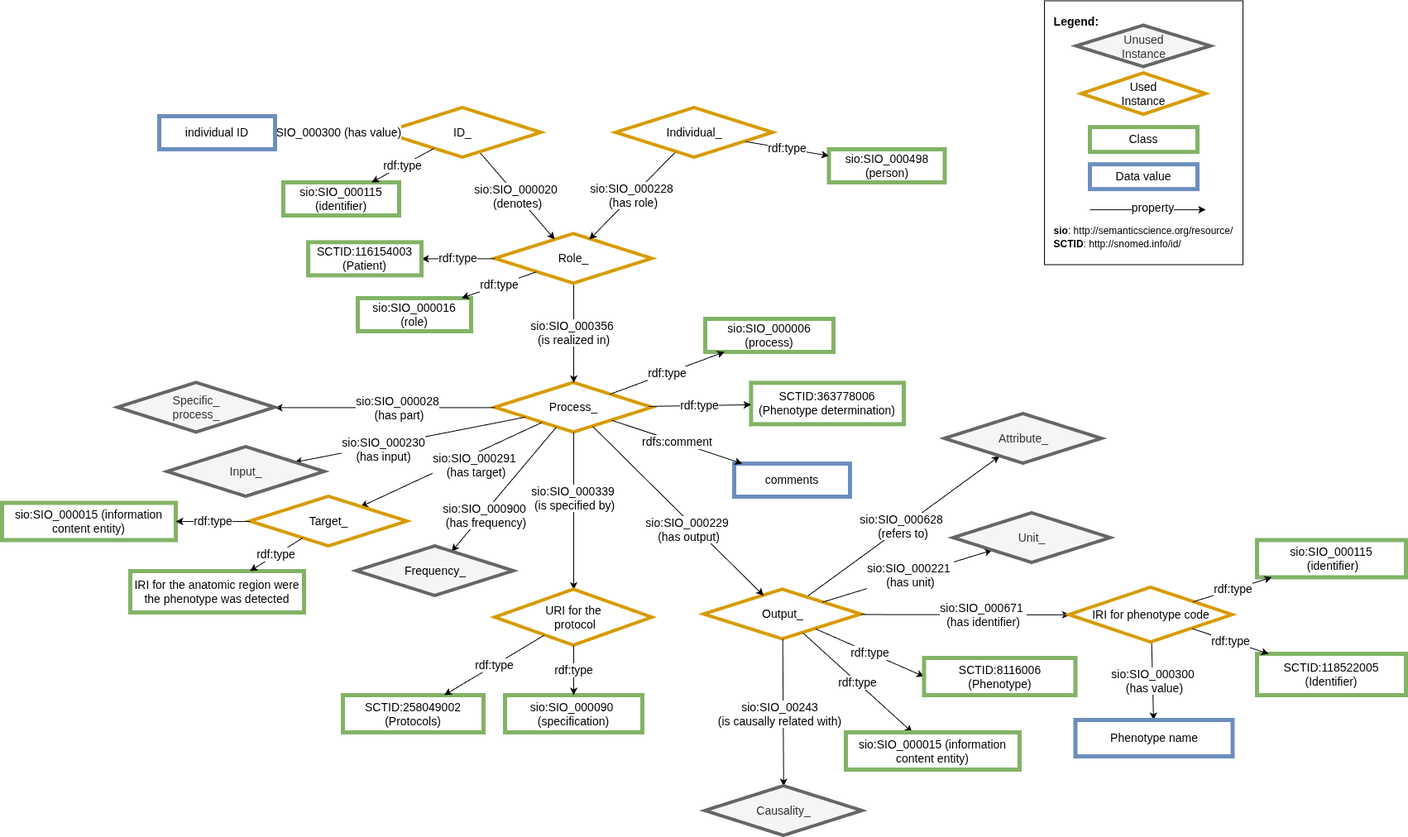
Above: images/snomed/CARE-SM-snomed-Phenotype.drawio.png in CARE-SM/CARE-Semantic-Model (draw.io), before the change. Source tidied: cells renumbered, new cells last; positions are measured from the earlier drawing's top-left corner, leaving out a move shared by most shapes.
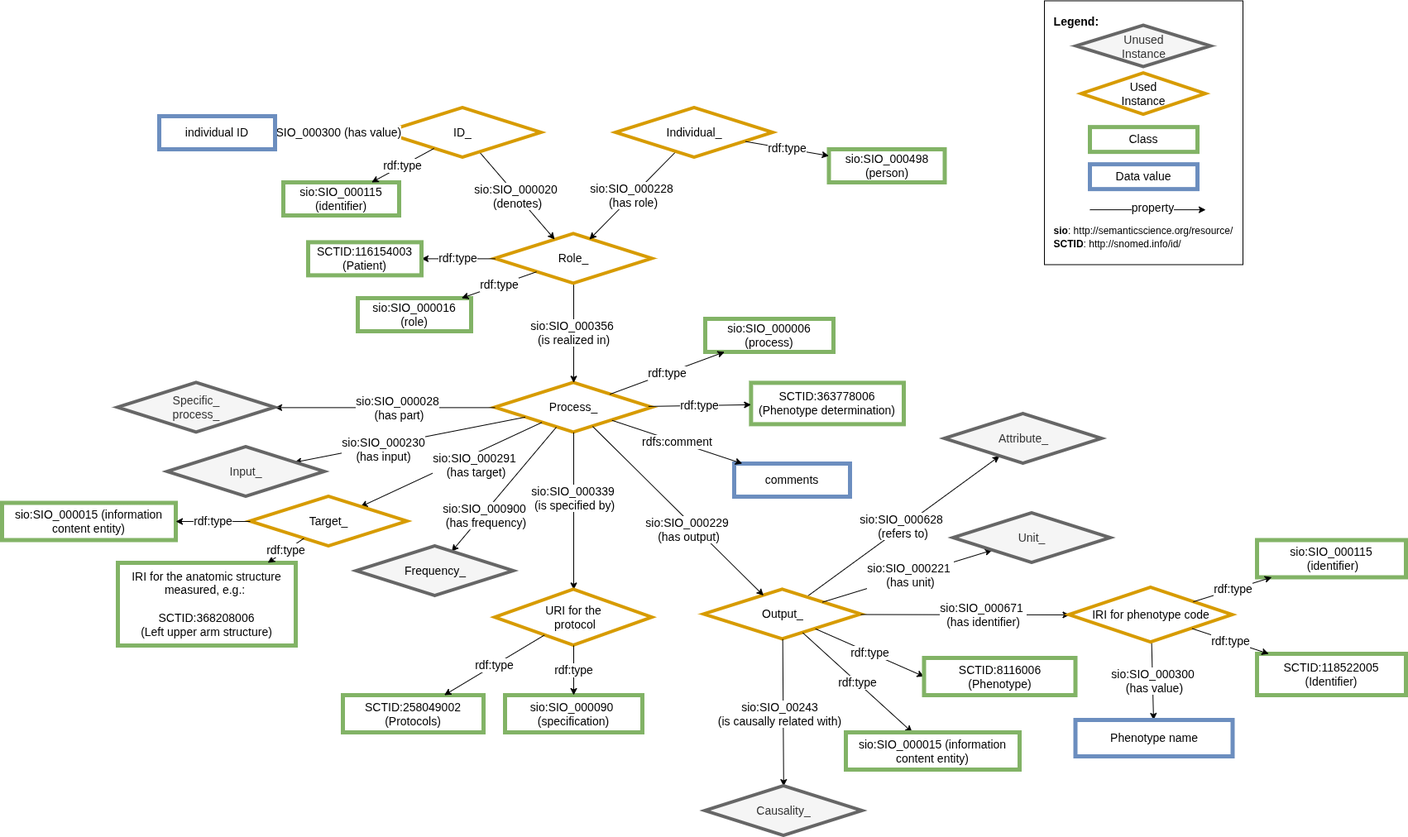
The same diagram one commit later.

Diff of the diagram source:
```diff
@@ -120,8 +120,8 @@
     <mxCell id="37" value="&lt;font style=&quot;font-size: 14px;&quot;&gt;sio:SIO_000015 (information content entity)&lt;/font&gt;" style="whiteSpace=wrap;html=1;fillColor=#FFFFFF;strokeColor=#82b366;strokeWidth=5;fontSize=14;" parent="1" vertex="1">
       <mxGeometry y="607.5" width="210" height="45" as="geometry" />
     </mxCell>
-    <mxCell id="38" value="IRI for the anatomic region were the phenotype was detected" style="whiteSpace=wrap;html=1;fillColor=#FFFFFF;strokeColor=#82b366;strokeWidth=5;fontSize=14;" parent="1" vertex="1">
-      <mxGeometry x="155" y="690" width="210" height="50" as="geometry" />
+    <mxCell id="38" value="IRI for the anatomic structure measured, e.g.:&amp;nbsp;&lt;div&gt;&lt;br&gt;&lt;/div&gt;&lt;div&gt;SCTID:368208006&lt;/div&gt;&lt;div&gt;(Left upper arm structure)&lt;/div&gt;" style="whiteSpace=wrap;html=1;fillColor=#FFFFFF;strokeColor=#82b366;strokeWidth=5;fontSize=14;" parent="1" vertex="1">
+      <mxGeometry x="140" y="680" width="215" height="100" as="geometry" />
     </mxCell>
     <mxCell id="39" value="rdf:type" style="edgeStyle=none;rounded=0;jettySize=auto;html=1;fontSize=14;" parent="1" edge="1" source="36" target="38">
       <mxGeometry relative="1" as="geometry" />
```
